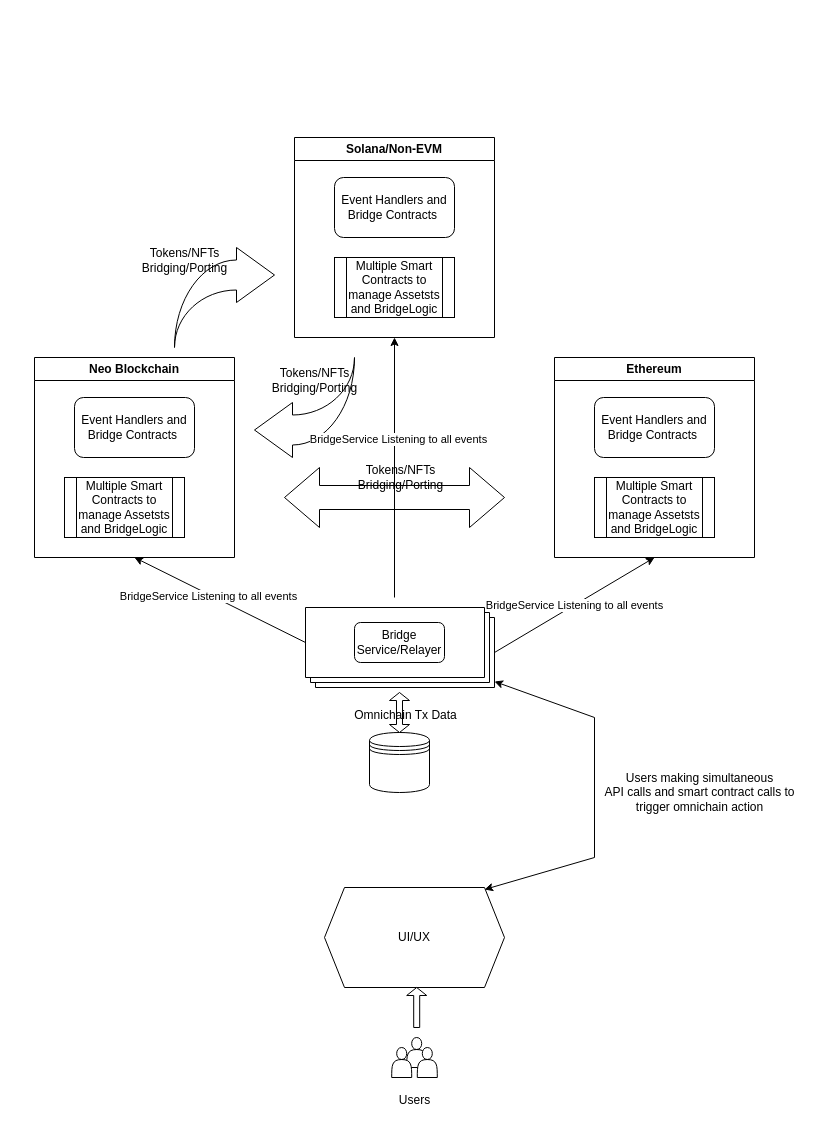
Above: Untitled Diagram.drawio in Mohsinsiddi/omnipotent-architecture (draw.io), before the change. Source tidied: cells renumbered, new cells numbered last; positions are measured from the earlier drawing's top-left corner, leaving out a move shared by most shapes. Both pictures are drawn from the tidied source at 100%, with x=0, y=0 at pixel (34, 137).
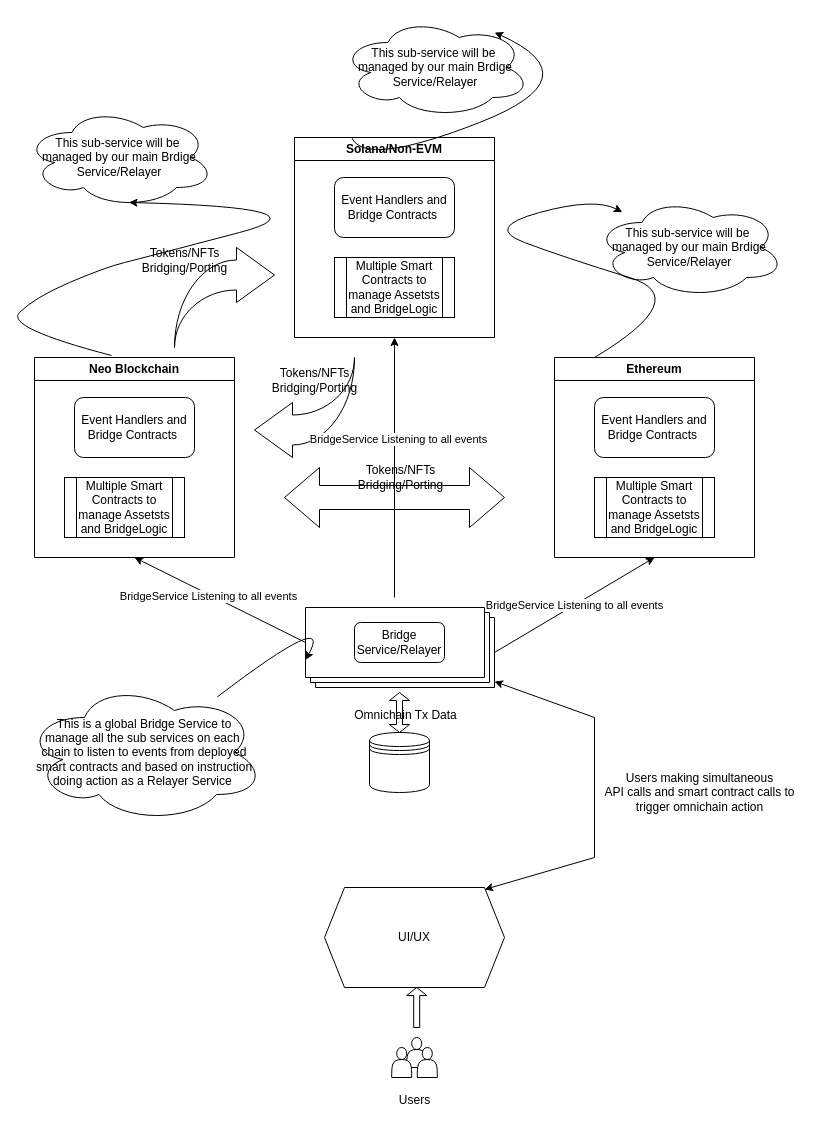
The same page after the edit.

The change refers to these unchanged cells:
```xml
<mxCell id="2" value="Solana/Non-EVM" style="swimlane;whiteSpace=wrap;html=1;" parent="1" vertex="1">
  <mxGeometry x="260" width="200" height="200" as="geometry" />
</mxCell>
<mxCell id="5" value="Neo Blockchain" style="swimlane;whiteSpace=wrap;html=1;startSize=23;" parent="1" vertex="1">
  <mxGeometry y="220" width="200" height="200" as="geometry" />
</mxCell>
<mxCell id="8" value="Ethereum" style="swimlane;whiteSpace=wrap;html=1;" parent="1" vertex="1">
  <mxGeometry x="520" y="220" width="200" height="200" as="geometry" />
</mxCell>
<mxCell id="15" style="verticalLabelPosition=bottom;verticalAlign=top;html=1;shape=mxgraph.basic.layered_rect;dx=10;outlineConnect=0;whiteSpace=wrap;" parent="1" vertex="1">
  <mxGeometry x="271" y="470" width="189" height="80" as="geometry" />
</mxCell>
```

The edit, as a diff of the source:
```diff
@@
+    <mxCell id="36" value="This sub-service will be&amp;nbsp;&lt;br&gt;managed by our main Brdige&lt;br&gt;Service/Relayer" style="ellipse;shape=cloud;whiteSpace=wrap;html=1;" parent="1" vertex="1">
+      <mxGeometry x="306" y="-120" width="190" height="100" as="geometry" />
+    </mxCell>
+    <mxCell id="37" value="This sub-service will be&amp;nbsp;&lt;br style=&quot;border-color: var(--border-color);&quot;&gt;managed by our main Brdige&lt;br style=&quot;border-color: var(--border-color);&quot;&gt;Service/Relayer" style="ellipse;shape=cloud;whiteSpace=wrap;html=1;" parent="1" vertex="1">
+      <mxGeometry x="-10" y="-30" width="190" height="100" as="geometry" />
+    </mxCell>
+    <mxCell id="38" value="This sub-service will be&amp;nbsp;&lt;br style=&quot;border-color: var(--border-color);&quot;&gt;managed by our main Brdige&lt;br style=&quot;border-color: var(--border-color);&quot;&gt;Service/Relayer" style="ellipse;shape=cloud;whiteSpace=wrap;html=1;" parent="1" vertex="1">
+      <mxGeometry x="560" y="60" width="190" height="100" as="geometry" />
+    </mxCell>
+    <mxCell id="39" style="curved=1;endArrow=classic;html=1;rounded=0;entryX=0.55;entryY=0.95;entryDx=0;entryDy=0;entryPerimeter=0;exitX=0.385;exitY=-0.01;exitDx=0;exitDy=0;exitPerimeter=0;" parent="1" edge="1" source="5" target="37">
+      <mxGeometry relative="1" as="geometry">
+        <Array as="points">
+          <mxPoint x="-30" y="190" />
+          <mxPoint y="160" />
+          <mxPoint x="70" y="130" />
+          <mxPoint x="110" y="120" />
+          <mxPoint x="300" y="70" />
+        </Array>
+      </mxGeometry>
+    </mxCell>
+    <mxCell id="40" style="curved=1;endArrow=classic;html=1;rounded=0;entryX=0.811;entryY=0.15;entryDx=0;entryDy=0;entryPerimeter=0;" parent="1" edge="1" source="2" target="36">
+      <mxGeometry relative="1" as="geometry">
+        <Array as="points">
+          <mxPoint x="330" y="30" />
+          <mxPoint x="560" y="-60" />
+        </Array>
+      </mxGeometry>
+    </mxCell>
+    <mxCell id="41" style="curved=1;endArrow=classic;html=1;rounded=0;exitX=0.2;exitY=0;exitDx=0;exitDy=0;exitPerimeter=0;" parent="1" edge="1" source="8" target="38">
+      <mxGeometry relative="1" as="geometry">
+        <Array as="points">
+          <mxPoint x="660" y="160" />
+          <mxPoint x="530" y="120" />
+          <mxPoint x="450" y="90" />
+          <mxPoint x="560" y="60" />
+        </Array>
+      </mxGeometry>
+    </mxCell>
+    <mxCell id="42" value="This is a global Bridge Service to&lt;br&gt;manage all the sub services on each&amp;nbsp;&lt;br&gt;chain to listen to events from deployed smart contracts and based on instruction doing action as a Relayer Service&amp;nbsp;" style="ellipse;shape=cloud;whiteSpace=wrap;html=1;" parent="1" vertex="1">
+      <mxGeometry x="-10" y="545" width="240" height="140" as="geometry" />
+    </mxCell>
+    <mxCell id="43" style="curved=1;endArrow=classic;html=1;rounded=0;entryX=0;entryY=0;entryDx=0;entryDy=52.5;entryPerimeter=0;" parent="1" edge="1" source="42" target="15">
+      <mxGeometry relative="1" as="geometry">
+        <Array as="points">
+          <mxPoint x="300" y="470" />
+        </Array>
+      </mxGeometry>
+    </mxCell>
```
